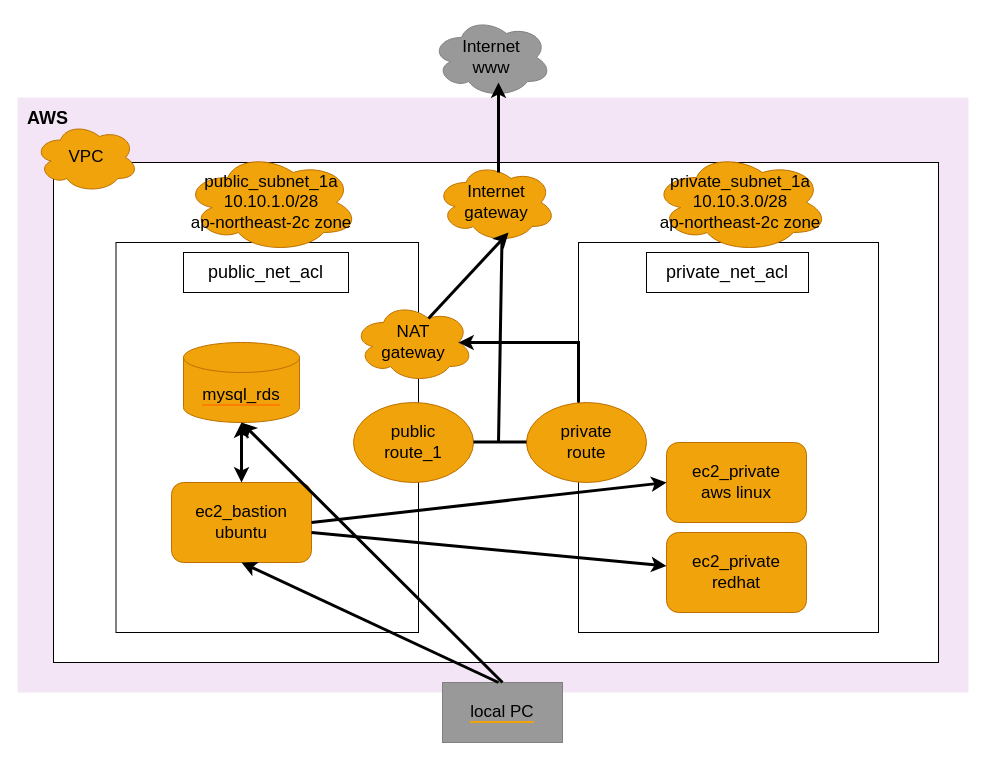
This is terraform_aws_diagram.drawio from choiis/AWS-terraform, a draw.io file, before an edit. Source tidied: cells renumbered, new cells numbered last; positions are measured from the earlier drawing's top-left corner, leaving out a move shared by most shapes. Both pictures are drawn from the tidied source at 100%, with x=0, y=0 at pixel (17, 17).
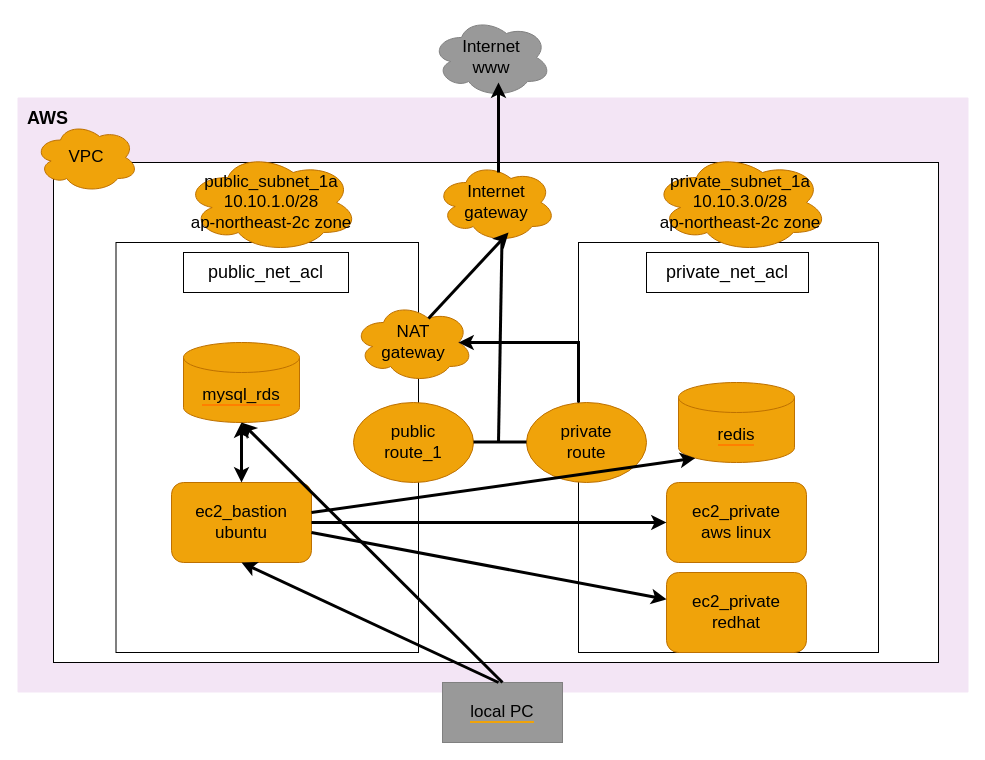
The same page after the edit.

Commit message (it also covers changes not shown here):
20230119 redis terraform 추가

Diff of the diagram source:
```diff
@@
     <mxCell id="5" style="rounded=0;whiteSpace=wrap;html=1;fontSize=17;" parent="1" vertex="1">
-      <mxGeometry x="98.5" y="225" width="302.5" height="390" as="geometry" />
+      <mxGeometry x="98.5" y="225" width="302.5" height="410" as="geometry" />
     </mxCell>
     <mxCell id="6" style="rounded=0;whiteSpace=wrap;html=1;fontSize=17;" parent="1" vertex="1">
-      <mxGeometry x="561" y="225" width="300" height="390" as="geometry" />
+      <mxGeometry x="561" y="225" width="300" height="410" as="geometry" />
     </mxCell>
@@
     <mxCell id="23" value="ec2_private&lt;br&gt;aws linux" style="rounded=1;whiteSpace=wrap;html=1;fontSize=17;strokeColor=#BD7000;fillColor=#f0a30a;fontColor=#000000;" parent="1" vertex="1">
-      <mxGeometry x="649" y="425" width="140" height="80" as="geometry" />
+      <mxGeometry x="649" y="465" width="140" height="80" as="geometry" />
     </mxCell>
@@
     <mxCell id="29" value="ec2_private&lt;br&gt;redhat" style="rounded=1;whiteSpace=wrap;html=1;fontSize=17;strokeColor=#BD7000;fillColor=#f0a30a;fontColor=#000000;" parent="1" vertex="1">
-      <mxGeometry x="649" y="515" width="140" height="80" as="geometry" />
+      <mxGeometry x="649" y="555" width="140" height="80" as="geometry" />
     </mxCell>
@@
+    <mxCell id="31" value="&lt;span style=&quot;background-color: rgb(240 , 163 , 10)&quot;&gt;redis&lt;/span&gt;" style="shape=cylinder3;whiteSpace=wrap;html=1;boundedLbl=1;backgroundOutline=1;size=15;labelBackgroundColor=#FF8000;fontSize=17;strokeColor=#BD7000;fillColor=#f0a30a;fontColor=#000000;" parent="1" vertex="1">
+      <mxGeometry x="661" y="365" width="116" height="80" as="geometry" />
+    </mxCell>
+    <mxCell id="32" style="endArrow=classic;html=1;rounded=0;fontSize=17;strokeWidth=3;exitX=1;exitY=0.5;exitDx=0;exitDy=0;entryX=0.145;entryY=1;entryDx=0;entryDy=-4.35;entryPerimeter=0;" parent="1" edge="1" target="31">
+      <mxGeometry relative="1" as="geometry">
+        <mxPoint x="294" y="495" as="sourcePoint" />
+      </mxGeometry>
+    </mxCell>
```
